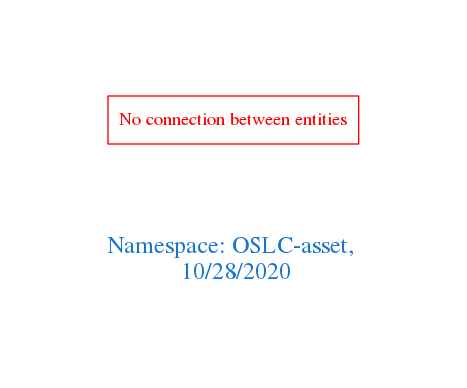
This is downloads/OSLC-asset.png from arago/OGIT, a Graphviz export, as it was before one commit. Its source is kept beside it as downloads/OSLC-asset.dot.
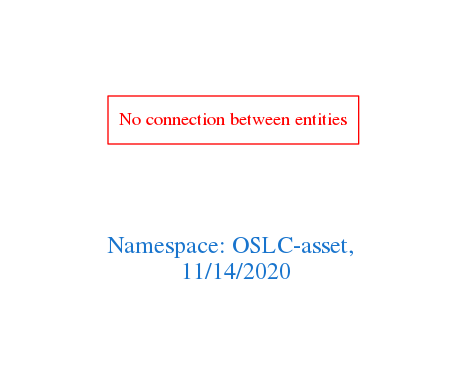
The same diagram one commit later.

What changed in the source:
```diff
@@ -1,7 +1,7 @@
 digraph OGIT_ontology {
  graph [ rankdir= LR,pad=1
 fontsize = 18,
-fontcolor= dodgerblue3,label = "\n\n\nNamespace: OSLC-asset, \n 10/28/2020"];
+fontcolor= dodgerblue3,label = "\n\n\nNamespace: OSLC-asset, \n 11/14/2020"];
 node[shape=polygon];
 edge [  color="gray81"];
 
```
